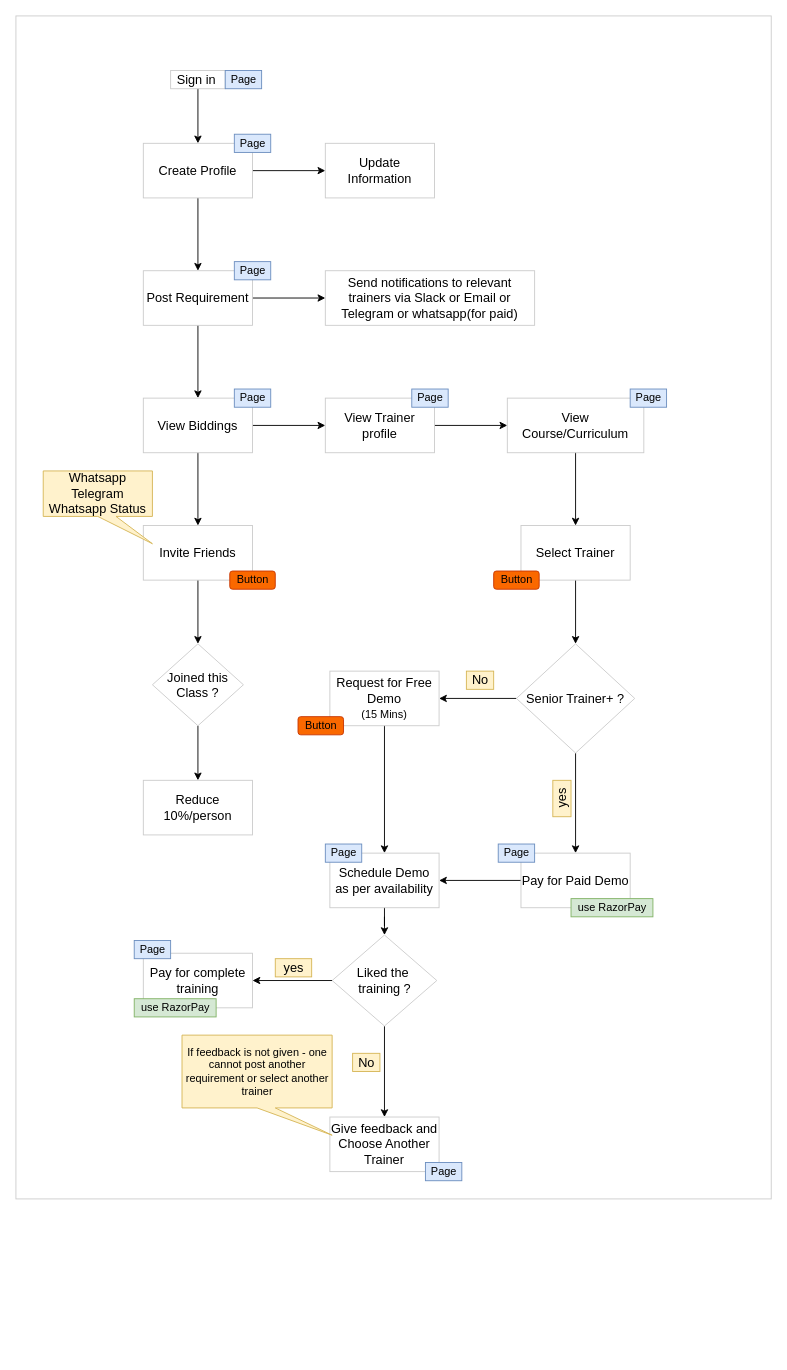
Above: sample.drawio in Arunideas/draw.io (draw.io), before the change. Source tidied: cells renumbered, new cells numbered last; positions are measured from the earlier drawing's top-left corner, leaving out a move shared by most shapes. Both pictures are drawn from the tidied source at 91%, with x=0, y=0 at pixel (15, 15).
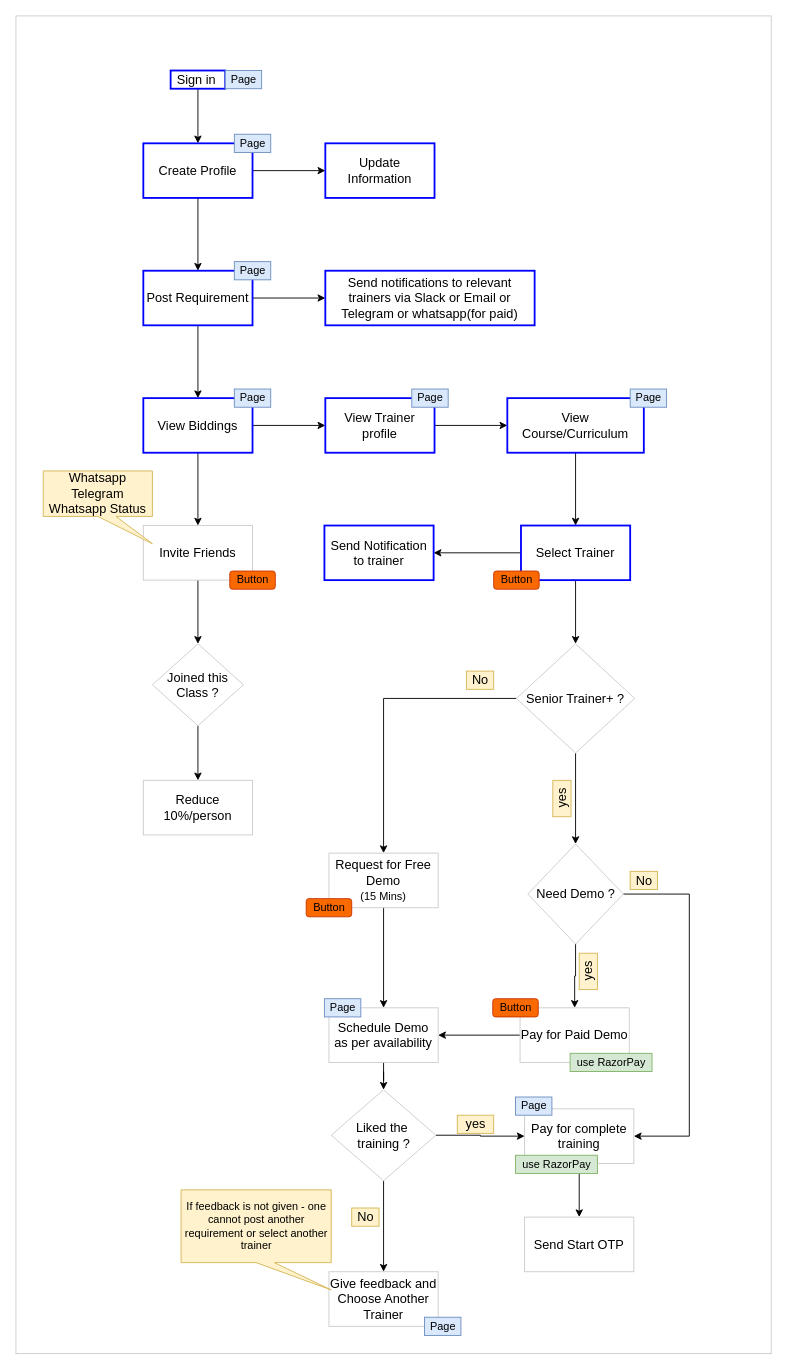
The same page after the edit.

Commit message:
Updated the MVP for the Mobile app

Unchanged cells that the change refers to:
```xml
<mxCell id="27" value="Senior Trainer+ ?" style="rhombus;whiteSpace=wrap;html=1;fontSize=14;fillColor=none;strokeColor=#CCCCCC;gradientColor=none;" parent="1" vertex="1">
  <mxGeometry x="550" y="690" width="130" height="120" as="geometry" />
</mxCell>
```

The edit, as a diff of the source:
```diff
@@
     <mxCell id="2" value="aas" style="rounded=0;whiteSpace=wrap;html=1;fontSize=12;strokeColor=#CCCCCC;noLabel=1;" parent="1" vertex="1">
-      <mxGeometry width="830" height="1300" as="geometry" />
+      <mxGeometry width="830" height="1470" as="geometry" />
     </mxCell>
@@
-    <mxCell id="4" value="Sign in&amp;nbsp;" style="text;html=1;align=center;verticalAlign=middle;points=[];strokeColor=#CCCCCC;fillColor=none;fontSize=14;" parent="1" vertex="1">
+    <mxCell id="4" value="Sign in&amp;nbsp;" style="text;html=1;align=center;verticalAlign=middle;points=[];strokeColor=#0000FF;fillColor=none;fontSize=14;strokeWidth=2;" parent="1" vertex="1">
       <mxGeometry x="170" y="60" width="60" height="20" as="geometry" />
     </mxCell>
@@
-    <mxCell id="7" value="Create Profile" style="whiteSpace=wrap;html=1;fontSize=14;fillColor=none;strokeColor=#CCCCCC;gradientColor=none;" parent="1" vertex="1">
+    <mxCell id="7" value="Create Profile" style="whiteSpace=wrap;html=1;fontSize=14;fillColor=none;strokeColor=#0000FF;gradientColor=none;strokeWidth=2;" parent="1" vertex="1">
       <mxGeometry x="140" y="140" width="120" height="60" as="geometry" />
     </mxCell>
@@
-    <mxCell id="10" value="Post Requirement" style="whiteSpace=wrap;html=1;fontSize=14;fillColor=none;strokeColor=#CCCCCC;gradientColor=none;" parent="1" vertex="1">
+    <mxCell id="10" value="Post Requirement" style="whiteSpace=wrap;html=1;fontSize=14;fillColor=none;strokeColor=#0000FF;gradientColor=none;strokeWidth=2;" parent="1" vertex="1">
       <mxGeometry x="140" y="280" width="120" height="60" as="geometry" />
     </mxCell>
-    <mxCell id="11" value="Update Information" style="whiteSpace=wrap;html=1;fontSize=14;fillColor=none;strokeColor=#CCCCCC;gradientColor=none;" parent="1" vertex="1">
+    <mxCell id="11" value="Update Information" style="whiteSpace=wrap;html=1;fontSize=14;fillColor=none;strokeColor=#0000FF;gradientColor=none;strokeWidth=2;" parent="1" vertex="1">
       <mxGeometry x="340" y="140" width="120" height="60" as="geometry" />
     </mxCell>
-    <mxCell id="12" value="Send notifications to relevant trainers via Slack or Email or Telegram or whatsapp(for paid)" style="whiteSpace=wrap;html=1;fontSize=14;fillColor=none;strokeColor=#CCCCCC;gradientColor=none;" parent="1" vertex="1">
+    <mxCell id="12" value="Send notifications to relevant trainers via Slack or Email or Telegram or whatsapp(for paid)" style="whiteSpace=wrap;html=1;fontSize=14;fillColor=none;strokeColor=#0000FF;gradientColor=none;strokeWidth=2;" parent="1" vertex="1">
       <mxGeometry x="340" y="280" width="230" height="60" as="geometry" />
     </mxCell>
@@
-    <mxCell id="15" value="View Biddings" style="whiteSpace=wrap;html=1;fontSize=14;fillColor=none;strokeColor=#CCCCCC;gradientColor=none;" parent="1" vertex="1">
+    <mxCell id="15" value="View Biddings" style="whiteSpace=wrap;html=1;fontSize=14;fillColor=none;strokeColor=#0000FF;gradientColor=none;strokeWidth=2;" parent="1" vertex="1">
       <mxGeometry x="140" y="420" width="120" height="60" as="geometry" />
     </mxCell>
@@
-    <mxCell id="17" value="View Trainer profile" style="whiteSpace=wrap;html=1;fontSize=14;fillColor=none;strokeColor=#CCCCCC;gradientColor=none;" parent="1" vertex="1">
+    <mxCell id="17" value="View Trainer profile" style="whiteSpace=wrap;html=1;fontSize=14;fillColor=none;strokeColor=#0000FF;gradientColor=none;strokeWidth=2;" parent="1" vertex="1">
       <mxGeometry x="340" y="420" width="120" height="60" as="geometry" />
     </mxCell>
@@
-    <mxCell id="19" value="View Course/Curriculum" style="whiteSpace=wrap;html=1;fontSize=14;fillColor=none;strokeColor=#CCCCCC;gradientColor=none;" parent="1" vertex="1">
+    <mxCell id="19" value="View Course/Curriculum" style="whiteSpace=wrap;html=1;fontSize=14;fillColor=none;strokeColor=#0000FF;gradientColor=none;strokeWidth=2;" parent="1" vertex="1">
       <mxGeometry x="540" y="420" width="150" height="60" as="geometry" />
     </mxCell>
@@
+    <mxCell id="62" style="edgeStyle=orthogonalEdgeStyle;rounded=0;jettySize=auto;html=1;fontSize=12;" parent="1" edge="1" source="21" target="71">
+      <mxGeometry relative="1" as="geometry" />
+    </mxCell>
-    <mxCell id="21" value="Select Trainer" style="whiteSpace=wrap;html=1;fontSize=14;fillColor=none;strokeColor=#CCCCCC;gradientColor=none;" parent="1" vertex="1">
+    <mxCell id="21" value="Select Trainer" style="whiteSpace=wrap;html=1;fontSize=14;fillColor=none;strokeColor=#0000FF;gradientColor=none;strokeWidth=2;" parent="1" vertex="1">
       <mxGeometry x="555" y="560" width="120" height="60" as="geometry" />
     </mxCell>
@@
-    <mxCell id="26" style="edgeStyle=orthogonalEdgeStyle;rounded=0;jettySize=auto;html=1;fontSize=14;" parent="1" edge="1" source="27" target="32">
-      <mxGeometry relative="1" as="geometry" />
-    </mxCell>
+    <mxCell id="63" style="edgeStyle=orthogonalEdgeStyle;rounded=0;jettySize=auto;html=1;fontSize=12;" parent="1" edge="1" source="27" target="67">
+      <mxGeometry relative="1" as="geometry" />
+    </mxCell>
@@
     <mxCell id="29" value="Request for Free Demo &lt;br&gt;&lt;font style=&quot;font-size: 12px;&quot;&gt;(15 Mins)&lt;/font&gt;" style="whiteSpace=wrap;html=1;fontSize=14;fillColor=none;strokeColor=#CCCCCC;gradientColor=none;" parent="1" vertex="1">
-      <mxGeometry x="345" y="720" width="120" height="60" as="geometry" />
+      <mxGeometry x="344" y="920" width="120" height="60" as="geometry" />
     </mxCell>
@@
     <mxCell id="32" value="Pay for Paid Demo" style="whiteSpace=wrap;html=1;fontSize=14;fillColor=none;strokeColor=#CCCCCC;gradientColor=none;" parent="1" vertex="1">
-      <mxGeometry x="555" y="920" width="120" height="60" as="geometry" />
+      <mxGeometry x="554" y="1090" width="120" height="60" as="geometry" />
     </mxCell>
@@
     <mxCell id="36" value="Liked the&amp;nbsp;&lt;br&gt;training ?" style="rhombus;whiteSpace=wrap;html=1;fontSize=14;fillColor=none;strokeColor=#CCCCCC;gradientColor=none;" parent="1" vertex="1">
-      <mxGeometry x="347.5" y="1010" width="115" height="100" as="geometry" />
+      <mxGeometry x="346.5" y="1180" width="115" height="100" as="geometry" />
     </mxCell>
+    <mxCell id="64" style="edgeStyle=orthogonalEdgeStyle;rounded=0;jettySize=auto;html=1;fontSize=12;" parent="1" edge="1" source="37" target="68">
+      <mxGeometry relative="1" as="geometry" />
+    </mxCell>
     <mxCell id="37" value="Pay for complete training" style="whiteSpace=wrap;html=1;fontSize=14;fillColor=none;strokeColor=#CCCCCC;gradientColor=none;" parent="1" vertex="1">
-      <mxGeometry x="140" y="1030" width="120" height="60" as="geometry" />
+      <mxGeometry x="559" y="1201" width="120" height="60" as="geometry" />
     </mxCell>
     <mxCell id="38" value="Give feedback and Choose Another Trainer" style="whiteSpace=wrap;html=1;fontSize=14;fillColor=none;strokeColor=#CCCCCC;gradientColor=none;" parent="1" vertex="1">
-      <mxGeometry x="345" y="1210" width="120" height="60" as="geometry" />
+      <mxGeometry x="344" y="1380" width="120" height="60" as="geometry" />
     </mxCell>
     <mxCell id="39" value="If feedback is not given - one cannot post another requirement or select another trainer" style="shape=callout;whiteSpace=wrap;html=1;perimeter=calloutPerimeter;fontSize=12;strokeColor=#d6b656;position2=1;fillColor=#fff2cc;" parent="1" vertex="1">
-      <mxGeometry x="182.5" y="1120" width="165" height="110" as="geometry" />
+      <mxGeometry x="181.5" y="1290" width="165" height="110" as="geometry" />
     </mxCell>
@@
     <mxCell id="51" value="Button" style="text;html=1;align=center;verticalAlign=middle;strokeColor=#C73500;fillColor=#fa6800;fontSize=12;rounded=1;fontColor=#000000;" parent="1" vertex="1">
-      <mxGeometry x="310" y="770" width="50" height="20" as="geometry" />
+      <mxGeometry x="319" y="970" width="50" height="20" as="geometry" />
     </mxCell>
@@
     <mxCell id="53" value="Schedule Demo as per availability" style="whiteSpace=wrap;html=1;fontSize=14;fillColor=none;strokeColor=#CCCCCC;gradientColor=none;" parent="1" vertex="1">
-      <mxGeometry x="345" y="920" width="120" height="60" as="geometry" />
+      <mxGeometry x="344" y="1090" width="120" height="60" as="geometry" />
     </mxCell>
     <mxCell id="54" value="Page" style="text;html=1;align=center;verticalAlign=middle;strokeColor=#6c8ebf;fillColor=#dae8fc;fontSize=12;" parent="1" vertex="1">
-      <mxGeometry x="340" y="910" width="40" height="20" as="geometry" />
+      <mxGeometry x="339" y="1080" width="40" height="20" as="geometry" />
     </mxCell>
-    <mxCell id="55" value="Page" style="text;html=1;align=center;verticalAlign=middle;strokeColor=#6c8ebf;fillColor=#dae8fc;fontSize=12;" parent="1" vertex="1">
-      <mxGeometry x="530" y="910" width="40" height="20" as="geometry" />
+    <mxCell id="55" value="Button" style="text;html=1;align=center;verticalAlign=middle;strokeColor=#C73500;fillColor=#fa6800;fontSize=12;fontColor=#000000;rounded=1;" parent="1" vertex="1">
+      <mxGeometry x="524" y="1080" width="50" height="20" as="geometry" />
     </mxCell>
     <mxCell id="56" value="use RazorPay" style="text;html=1;align=center;verticalAlign=middle;strokeColor=#82b366;fillColor=#d5e8d4;fontSize=12;" parent="1" vertex="1">
-      <mxGeometry x="610" y="970" width="90" height="20" as="geometry" />
+      <mxGeometry x="609" y="1140" width="90" height="20" as="geometry" />
     </mxCell>
     <mxCell id="57" value="No" style="text;html=1;align=center;verticalAlign=middle;strokeColor=#d6b656;fillColor=#fff2cc;fontSize=14;" parent="1" vertex="1">
-      <mxGeometry x="370" y="1140" width="30" height="20" as="geometry" />
+      <mxGeometry x="369" y="1310" width="30" height="20" as="geometry" />
     </mxCell>
     <mxCell id="58" value="yes" style="text;html=1;align=center;verticalAlign=middle;strokeColor=#d6b656;fillColor=#fff2cc;fontSize=14;rotation=0;" parent="1" vertex="1">
-      <mxGeometry x="285" y="1036" width="40" height="20" as="geometry" />
+      <mxGeometry x="485" y="1208" width="40" height="20" as="geometry" />
     </mxCell>
     <mxCell id="59" value="Page" style="text;html=1;align=center;verticalAlign=middle;strokeColor=#6c8ebf;fillColor=#dae8fc;fontSize=12;" parent="1" vertex="1">
-      <mxGeometry x="450" y="1260" width="40" height="20" as="geometry" />
+      <mxGeometry x="449" y="1430" width="40" height="20" as="geometry" />
     </mxCell>
     <mxCell id="60" value="use RazorPay" style="text;html=1;align=center;verticalAlign=middle;strokeColor=#82b366;fillColor=#d5e8d4;fontSize=12;" parent="1" vertex="1">
-      <mxGeometry x="130" y="1080" width="90" height="20" as="geometry" />
+      <mxGeometry x="549" y="1252" width="90" height="20" as="geometry" />
     </mxCell>
     <mxCell id="61" value="Page" style="text;html=1;align=center;verticalAlign=middle;strokeColor=#6c8ebf;fillColor=#dae8fc;fontSize=12;" parent="1" vertex="1">
-      <mxGeometry x="130" y="1016" width="40" height="20" as="geometry" />
+      <mxGeometry x="549" y="1188" width="40" height="20" as="geometry" />
     </mxCell>
+    <mxCell id="65" style="edgeStyle=orthogonalEdgeStyle;rounded=0;jettySize=auto;html=1;entryX=0.5;entryY=0;entryDx=0;entryDy=0;fontSize=12;" parent="1" edge="1" source="67" target="32">
+      <mxGeometry relative="1" as="geometry" />
+    </mxCell>
+    <mxCell id="66" style="edgeStyle=orthogonalEdgeStyle;rounded=0;jettySize=auto;html=1;entryX=1;entryY=0.5;entryDx=0;entryDy=0;fontSize=12;" parent="1" edge="1" source="67" target="37">
+      <mxGeometry relative="1" as="geometry">
+        <Array as="points">
+          <mxPoint x="740" y="965" />
+          <mxPoint x="740" y="1231" />
+        </Array>
+      </mxGeometry>
+    </mxCell>
+    <mxCell id="67" value="Need Demo ?" style="rhombus;whiteSpace=wrap;html=1;fontSize=14;fillColor=none;strokeColor=#CCCCCC;gradientColor=none;" parent="1" vertex="1">
+      <mxGeometry x="562.5" y="910" width="105" height="110" as="geometry" />
+    </mxCell>
+    <mxCell id="68" value="Send Start OTP" style="whiteSpace=wrap;html=1;fontSize=14;fillColor=none;strokeColor=#CCCCCC;gradientColor=none;" parent="1" vertex="1">
+      <mxGeometry x="559" y="1320" width="120" height="60" as="geometry" />
+    </mxCell>
+    <mxCell id="69" value="yes" style="text;html=1;align=center;verticalAlign=middle;strokeColor=#d6b656;fillColor=#fff2cc;fontSize=14;rotation=-90;" parent="1" vertex="1">
+      <mxGeometry x="609" y="1040" width="40" height="20" as="geometry" />
+    </mxCell>
+    <mxCell id="70" value="No" style="text;html=1;align=center;verticalAlign=middle;strokeColor=#d6b656;fillColor=#fff2cc;fontSize=14;" parent="1" vertex="1">
+      <mxGeometry x="675" y="940" width="30" height="20" as="geometry" />
+    </mxCell>
+    <mxCell id="71" value="Send Notification to trainer" style="whiteSpace=wrap;html=1;fontSize=14;fillColor=none;strokeColor=#0000FF;gradientColor=none;strokeWidth=2;" parent="1" vertex="1">
+      <mxGeometry x="339" y="560" width="120" height="60" as="geometry" />
+    </mxCell>
```
